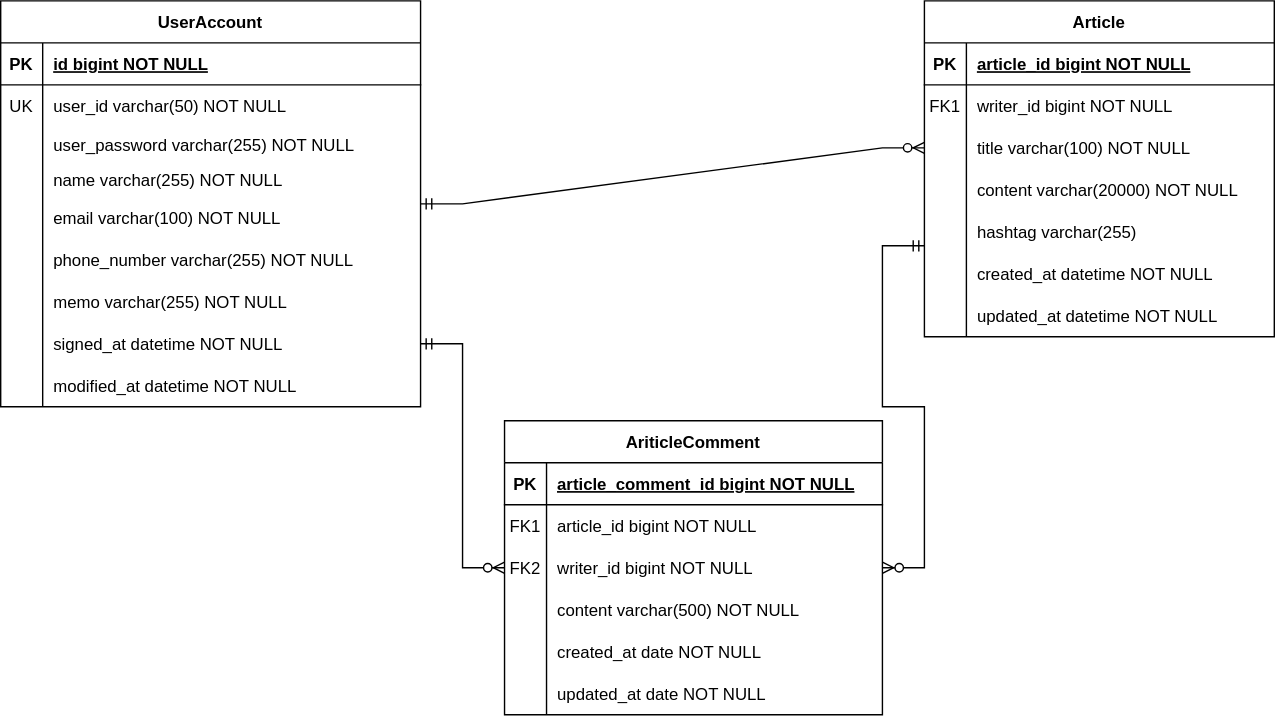
6161990/T-Express keeps this draw.io diagram as boarding-express/boardingExpress ERD.drawio.svg. Above is the earlier version. Source tidied: cells renumbered, new cells last; positions are measured from the earlier drawing's top-left corner, leaving out a move shared by most shapes.
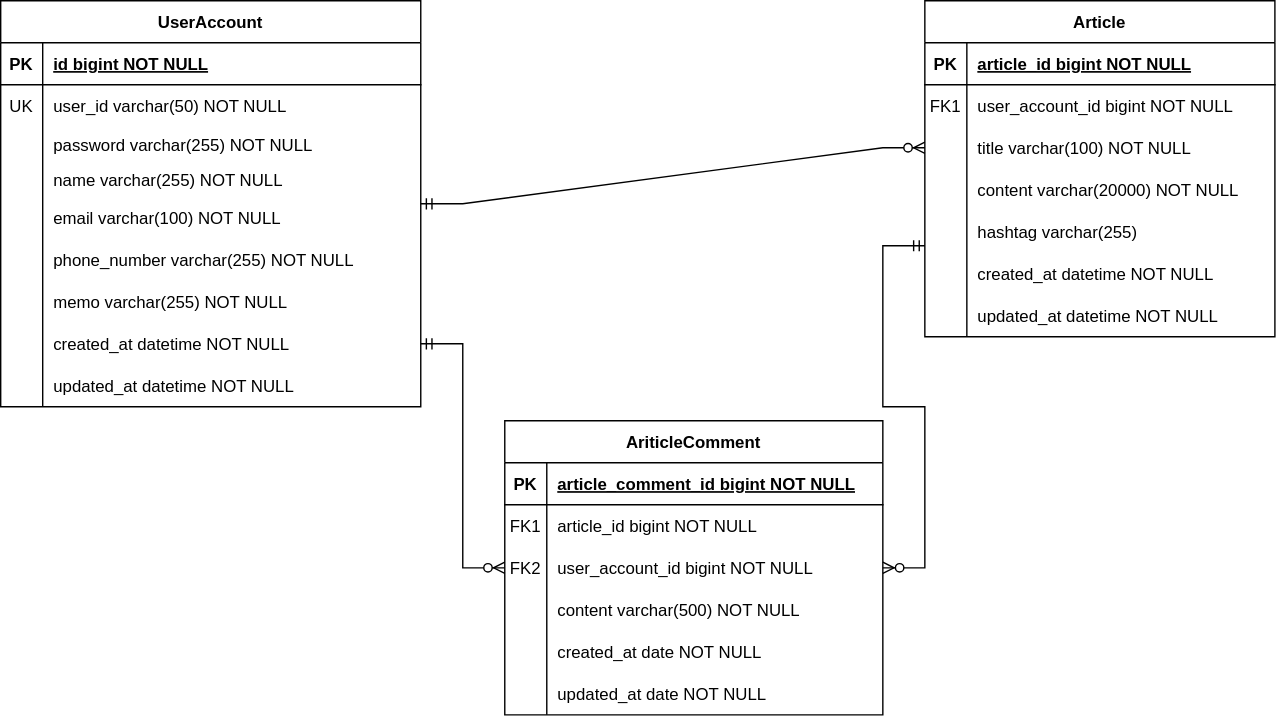
Later version of the same file.

What changed in the source:
```diff
@@ -29,7 +29,7 @@
     <mxCell id="10" style="shape=partialRectangle;overflow=hidden;fillColor=none;top=0;left=0;bottom=0;right=0;" parent="9" vertex="1">
       <mxGeometry width="30" height="25" as="geometry" />
     </mxCell>
-    <mxCell id="11" value="user_password varchar(255) NOT NULL" style="shape=partialRectangle;overflow=hidden;fillColor=none;top=0;left=0;bottom=0;right=0;align=left;spacingLeft=6;" parent="9" vertex="1">
+    <mxCell id="11" value="password varchar(255) NOT NULL" style="shape=partialRectangle;overflow=hidden;fillColor=none;top=0;left=0;bottom=0;right=0;align=left;spacingLeft=6;" parent="9" vertex="1">
       <mxGeometry x="30" width="270" height="25" as="geometry" />
     </mxCell>
     <mxCell id="12" style="shape=partialRectangle;fillColor=none;top=0;left=0;right=0;bottom=0;" parent="2" vertex="1">
@@ -74,7 +74,7 @@
     <mxCell id="25" style="shape=partialRectangle;overflow=hidden;fillColor=none;top=0;left=0;bottom=0;right=0;" parent="24" vertex="1">
       <mxGeometry width="30" height="30" as="geometry" />
     </mxCell>
-    <mxCell id="26" value="signed_at datetime NOT NULL" style="shape=partialRectangle;overflow=hidden;fillColor=none;top=0;left=0;bottom=0;right=0;align=left;spacingLeft=6;" parent="24" vertex="1">
+    <mxCell id="26" value="created_at datetime NOT NULL" style="shape=partialRectangle;overflow=hidden;fillColor=none;top=0;left=0;bottom=0;right=0;align=left;spacingLeft=6;" parent="24" vertex="1">
       <mxGeometry x="30" width="270" height="30" as="geometry" />
     </mxCell>
     <mxCell id="27" style="shape=partialRectangle;fillColor=none;top=0;left=0;right=0;bottom=0;" parent="2" vertex="1">
@@ -83,7 +83,7 @@
     <mxCell id="28" style="shape=partialRectangle;overflow=hidden;fillColor=none;top=0;left=0;bottom=0;right=0;" parent="27" vertex="1">
       <mxGeometry width="30" height="30" as="geometry" />
     </mxCell>
-    <mxCell id="29" value="modified_at datetime NOT NULL" style="shape=partialRectangle;overflow=hidden;fillColor=none;top=0;left=0;bottom=0;right=0;align=left;spacingLeft=6;" parent="27" vertex="1">
+    <mxCell id="29" value="updated_at datetime NOT NULL" style="shape=partialRectangle;overflow=hidden;fillColor=none;top=0;left=0;bottom=0;right=0;align=left;spacingLeft=6;" parent="27" vertex="1">
       <mxGeometry x="30" width="270" height="30" as="geometry" />
     </mxCell>
     <mxCell id="30" value="AriticleComment" style="shape=table;startSize=30;rowLines=0;fontStyle=1;align=center;" parent="1" vertex="1">
@@ -113,7 +113,7 @@
     <mxCell id="38" value="FK2" style="shape=partialRectangle;overflow=hidden;fillColor=none;top=0;left=0;bottom=0;right=0;" parent="37" vertex="1">
       <mxGeometry width="30" height="30" as="geometry" />
     </mxCell>
-    <mxCell id="39" value="writer_id bigint NOT NULL" style="shape=partialRectangle;overflow=hidden;fillColor=none;top=0;left=0;bottom=0;right=0;align=left;spacingLeft=6;" parent="37" vertex="1">
+    <mxCell id="39" value="user_account_id bigint NOT NULL" style="shape=partialRectangle;overflow=hidden;fillColor=none;top=0;left=0;bottom=0;right=0;align=left;spacingLeft=6;" parent="37" vertex="1">
       <mxGeometry x="30" width="240" height="30" as="geometry" />
     </mxCell>
     <mxCell id="40" style="shape=partialRectangle;fillColor=none;top=0;left=0;right=0;bottom=0;" parent="30" vertex="1">
@@ -161,7 +161,7 @@
     <mxCell id="54" value="FK1" style="shape=partialRectangle;overflow=hidden;fillColor=none;top=0;left=0;bottom=0;right=0;" parent="53" vertex="1">
       <mxGeometry width="30" height="30" as="geometry" />
     </mxCell>
-    <mxCell id="55" value="writer_id bigint NOT NULL" style="shape=partialRectangle;overflow=hidden;fillColor=none;top=0;left=0;bottom=0;right=0;align=left;spacingLeft=6;" parent="53" vertex="1">
+    <mxCell id="55" value="user_account_id bigint NOT NULL" style="shape=partialRectangle;overflow=hidden;fillColor=none;top=0;left=0;bottom=0;right=0;align=left;spacingLeft=6;" parent="53" vertex="1">
       <mxGeometry x="30" width="220" height="30" as="geometry" />
     </mxCell>
     <mxCell id="56" style="shape=partialRectangle;fillColor=none;points=[[0,0.5],[1,0.5]];portConstraint=eastwest;top=0;left=0;right=0;bottom=0;" parent="49" vertex="1">
```
